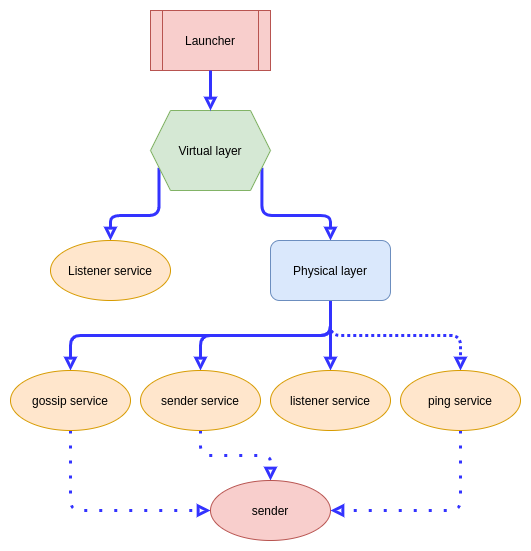
The draw.io diagram report/topologies-architecture1.png in templierw/ids.project, before a commit. Source tidied: cells renumbered, new cells last; positions are measured from the earlier drawing's top-left corner, leaving out a move shared by most shapes. Its diagram source:
```xml
<mxGraphModel>
  <root>
    <mxCell id="0" />
    <mxCell id="1" parent="0" />
    <mxCell id="2" value="Launcher" style="shape=process;whiteSpace=wrap;html=1;backgroundOutline=1;fillColor=#f8cecc;strokeColor=#b85450;" parent="1" vertex="1">
      <mxGeometry x="140" width="120" height="60" as="geometry" />
    </mxCell>
    <mxCell id="3" style="edgeStyle=orthogonalEdgeStyle;jettySize=auto;html=1;exitX=0;exitY=0.75;exitDx=0;exitDy=0;entryX=0.5;entryY=0;entryDx=0;entryDy=0;startArrow=none;startFill=0;endArrow=block;endFill=0;strokeWidth=3;strokeColor=#3333FF;" parent="1" edge="1" source="5" target="12">
      <mxGeometry relative="1" as="geometry" />
    </mxCell>
    <mxCell id="4" style="edgeStyle=orthogonalEdgeStyle;jettySize=auto;html=1;exitX=1;exitY=0.75;exitDx=0;exitDy=0;entryX=0.5;entryY=0;entryDx=0;entryDy=0;startArrow=none;startFill=0;endArrow=block;endFill=0;strokeWidth=3;strokeColor=#3333FF;" parent="1" edge="1" source="5" target="11">
      <mxGeometry relative="1" as="geometry" />
    </mxCell>
    <mxCell id="5" value="Virtual layer" style="shape=hexagon;perimeter=hexagonPerimeter2;whiteSpace=wrap;html=1;fixedSize=1;fillColor=#d5e8d4;strokeColor=#82b366;" parent="1" vertex="1">
      <mxGeometry x="140" y="100" width="120" height="80" as="geometry" />
    </mxCell>
    <mxCell id="6" style="endArrow=block;html=1;strokeWidth=3;entryX=0.5;entryY=0;entryDx=0;entryDy=0;exitX=0.5;exitY=1;exitDx=0;exitDy=0;endFill=0;strokeColor=#3333FF;" parent="1" edge="1" source="2" target="5">
      <mxGeometry relative="1" as="geometry" />
    </mxCell>
    <mxCell id="7" style="edgeStyle=orthogonalEdgeStyle;jettySize=auto;html=1;exitX=0.5;exitY=1;exitDx=0;exitDy=0;entryX=0.5;entryY=0;entryDx=0;entryDy=0;startArrow=none;startFill=0;endArrow=block;endFill=0;strokeColor=#3333FF;strokeWidth=3;" parent="1" edge="1" source="11" target="14">
      <mxGeometry relative="1" as="geometry" />
    </mxCell>
    <mxCell id="8" style="edgeStyle=orthogonalEdgeStyle;jettySize=auto;html=1;exitX=0.5;exitY=1;exitDx=0;exitDy=0;entryX=0.5;entryY=0;entryDx=0;entryDy=0;startArrow=none;startFill=0;endArrow=block;endFill=0;strokeColor=#3333FF;strokeWidth=3;" parent="1" edge="1" source="11" target="16">
      <mxGeometry relative="1" as="geometry" />
    </mxCell>
    <mxCell id="9" style="edgeStyle=orthogonalEdgeStyle;jettySize=auto;html=1;exitX=0.5;exitY=1;exitDx=0;exitDy=0;entryX=0.5;entryY=0;entryDx=0;entryDy=0;startArrow=none;startFill=0;endArrow=block;endFill=0;strokeColor=#3333FF;strokeWidth=3;" parent="1" edge="1" source="11" target="18">
      <mxGeometry relative="1" as="geometry" />
    </mxCell>
    <mxCell id="10" style="edgeStyle=orthogonalEdgeStyle;jettySize=auto;html=1;exitX=0.5;exitY=1;exitDx=0;exitDy=0;startArrow=none;startFill=0;endArrow=block;endFill=0;strokeColor=#3333FF;strokeWidth=3;dashed=1;dashPattern=1 1;" parent="1" edge="1" source="11" target="19">
      <mxGeometry relative="1" as="geometry" />
    </mxCell>
    <mxCell id="11" value="Physical layer" style="rounded=1;whiteSpace=wrap;html=1;fillColor=#dae8fc;strokeColor=#6c8ebf;" parent="1" vertex="1">
      <mxGeometry x="260" y="230" width="120" height="60" as="geometry" />
    </mxCell>
    <mxCell id="12" value="Listener service" style="ellipse;whiteSpace=wrap;html=1;fillColor=#ffe6cc;strokeColor=#d79b00;" parent="1" vertex="1">
      <mxGeometry x="40" y="230" width="120" height="60" as="geometry" />
    </mxCell>
    <mxCell id="13" style="edgeStyle=orthogonalEdgeStyle;jettySize=auto;html=1;exitX=0.5;exitY=1;exitDx=0;exitDy=0;dashed=1;dashPattern=1 4;startArrow=none;startFill=0;endArrow=block;endFill=0;strokeColor=#3333FF;strokeWidth=3;entryX=0;entryY=0.5;entryDx=0;entryDy=0;" parent="1" edge="1" source="14" target="20">
      <mxGeometry relative="1" as="geometry" />
    </mxCell>
    <mxCell id="14" value="gossip service" style="ellipse;whiteSpace=wrap;html=1;fillColor=#ffe6cc;strokeColor=#d79b00;" parent="1" vertex="1">
      <mxGeometry y="360" width="120" height="60" as="geometry" />
    </mxCell>
    <mxCell id="15" style="edgeStyle=orthogonalEdgeStyle;jettySize=auto;html=1;exitX=0.5;exitY=1;exitDx=0;exitDy=0;dashed=1;dashPattern=1 4;startArrow=none;startFill=0;endArrow=block;endFill=0;strokeColor=#3333FF;strokeWidth=3;entryX=0.5;entryY=0;entryDx=0;entryDy=0;" parent="1" edge="1" source="16" target="20">
      <mxGeometry relative="1" as="geometry" />
    </mxCell>
    <mxCell id="16" value="sender service" style="ellipse;whiteSpace=wrap;html=1;fillColor=#ffe6cc;strokeColor=#d79b00;" parent="1" vertex="1">
      <mxGeometry x="130" y="360" width="120" height="60" as="geometry" />
    </mxCell>
    <mxCell id="17" style="edgeStyle=orthogonalEdgeStyle;jettySize=auto;html=1;exitX=0.5;exitY=1;exitDx=0;exitDy=0;dashed=1;dashPattern=1 4;startArrow=none;startFill=0;endArrow=block;endFill=0;strokeColor=#3333FF;strokeWidth=3;entryX=1;entryY=0.5;entryDx=0;entryDy=0;" parent="1" edge="1" source="19" target="20">
      <mxGeometry relative="1" as="geometry">
        <Array as="points">
          <mxPoint x="450" y="500" />
        </Array>
      </mxGeometry>
    </mxCell>
    <mxCell id="18" value="listener service" style="ellipse;whiteSpace=wrap;html=1;fillColor=#ffe6cc;strokeColor=#d79b00;" parent="1" vertex="1">
      <mxGeometry x="260" y="360" width="120" height="60" as="geometry" />
    </mxCell>
    <mxCell id="19" value="ping service" style="ellipse;whiteSpace=wrap;html=1;fillColor=#ffe6cc;strokeColor=#d79b00;" parent="1" vertex="1">
      <mxGeometry x="390" y="360" width="120" height="60" as="geometry" />
    </mxCell>
    <mxCell id="20" value="sender" style="ellipse;whiteSpace=wrap;html=1;fillColor=#f8cecc;strokeColor=#b85450;" parent="1" vertex="1">
      <mxGeometry x="200" y="470" width="120" height="60" as="geometry" />
    </mxCell>
  </root>
</mxGraphModel>
```
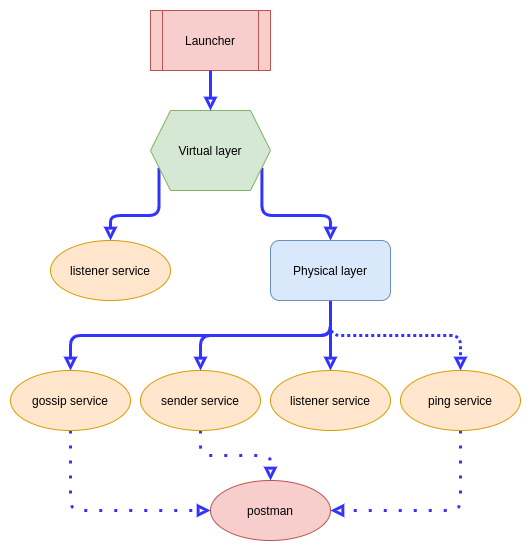
The same diagram one commit later.

Change to the diagram source:
```diff
@@ -32,7 +32,7 @@
     <mxCell id="11" value="Physical layer" style="rounded=1;whiteSpace=wrap;html=1;fillColor=#dae8fc;strokeColor=#6c8ebf;" parent="1" vertex="1">
       <mxGeometry x="260" y="230" width="120" height="60" as="geometry" />
     </mxCell>
-    <mxCell id="12" value="Listener service" style="ellipse;whiteSpace=wrap;html=1;fillColor=#ffe6cc;strokeColor=#d79b00;" parent="1" vertex="1">
+    <mxCell id="12" value="listener service" style="ellipse;whiteSpace=wrap;html=1;fillColor=#ffe6cc;strokeColor=#d79b00;" parent="1" vertex="1">
       <mxGeometry x="40" y="230" width="120" height="60" as="geometry" />
     </mxCell>
     <mxCell id="13" style="edgeStyle=orthogonalEdgeStyle;jettySize=auto;html=1;exitX=0.5;exitY=1;exitDx=0;exitDy=0;dashed=1;dashPattern=1 4;startArrow=none;startFill=0;endArrow=block;endFill=0;strokeColor=#3333FF;strokeWidth=3;entryX=0;entryY=0.5;entryDx=0;entryDy=0;" parent="1" edge="1" source="14" target="20">
@@ -60,7 +60,7 @@
     <mxCell id="19" value="ping service" style="ellipse;whiteSpace=wrap;html=1;fillColor=#ffe6cc;strokeColor=#d79b00;" parent="1" vertex="1">
       <mxGeometry x="390" y="360" width="120" height="60" as="geometry" />
     </mxCell>
-    <mxCell id="20" value="sender" style="ellipse;whiteSpace=wrap;html=1;fillColor=#f8cecc;strokeColor=#b85450;" parent="1" vertex="1">
+    <mxCell id="20" value="postman" style="ellipse;whiteSpace=wrap;html=1;fillColor=#f8cecc;strokeColor=#b85450;" parent="1" vertex="1">
       <mxGeometry x="200" y="470" width="120" height="60" as="geometry" />
     </mxCell>
   </root>
```
